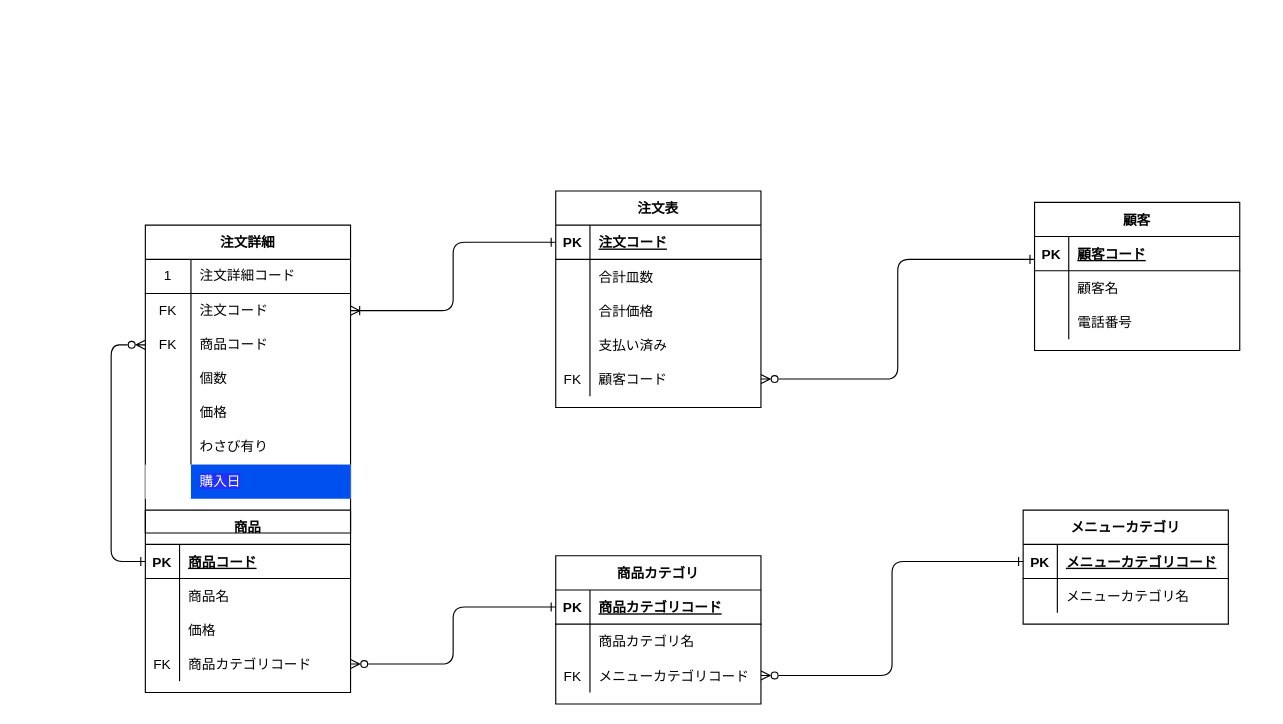
Earlier version of the draw.io diagram データベース設計/DBモデリング１/課題2/課題2_すしネタ売れ行き.drawio (Yuji5117/praha_challenge). Source tidied: cells renumbered, new cells numbered last; positions are measured from the earlier drawing's top-left corner, leaving out a move shared by most shapes. Both pictures are drawn from the tidied source at 114%, with x=0, y=0 at pixel (111, 190).
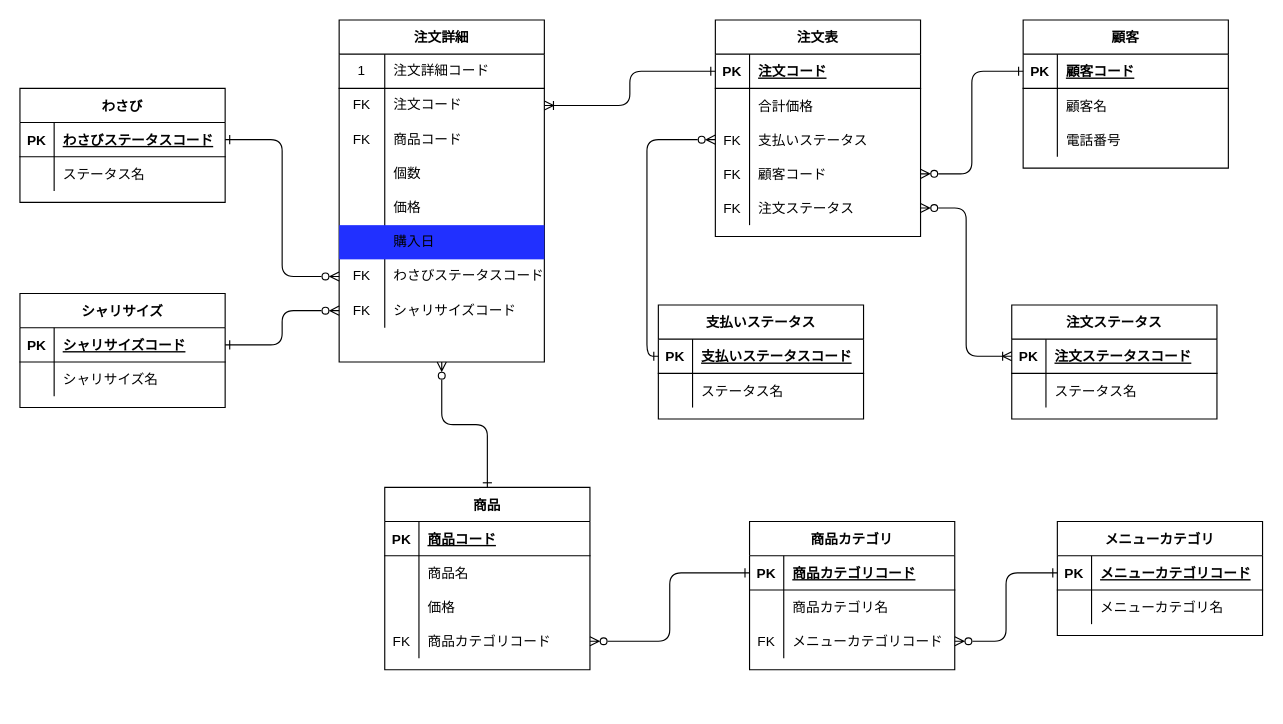
The same page after the edit.

Commit message (it also covers changes not shown here):
課題2_すしねた売れ行きのER図を修正

The change refers to these unchanged cells:
```xml
<mxCell id="3" style="shape=partialRectangle;fillColor=none;top=0;left=0;bottom=1;right=0;points=[[0,0.5],[1,0.5]];portConstraint=eastwest;" parent="2" vertex="1">
  <mxGeometry y="30" width="180" height="30" as="geometry" />
</mxCell>
<mxCell id="15" style="shape=partialRectangle;fillColor=none;top=0;left=0;bottom=0;right=0;points=[[0,0.5],[1,0.5]];portConstraint=eastwest;" parent="2" vertex="1">
  <mxGeometry y="150" width="180" height="30" as="geometry" />
</mxCell>
<mxCell id="19" style="shape=partialRectangle;fillColor=none;top=0;left=0;bottom=1;right=0;points=[[0,0.5],[1,0.5]];portConstraint=eastwest;" parent="18" vertex="1">
  <mxGeometry y="30" width="180" height="30" as="geometry" />
</mxCell>
<mxCell id="28" style="shape=partialRectangle;fillColor=none;top=0;left=0;bottom=0;right=0;points=[[0,0.5],[1,0.5]];portConstraint=eastwest;" parent="18" vertex="1">
  <mxGeometry y="120" width="180" height="30" as="geometry" />
</mxCell>
<mxCell id="32" style="shape=partialRectangle;fillColor=none;top=0;left=0;bottom=1;right=0;points=[[0,0.5],[1,0.5]];portConstraint=eastwest;" parent="31" vertex="1">
  <mxGeometry y="30" width="180" height="30" as="geometry" />
</mxCell>
<mxCell id="38" style="shape=partialRectangle;fillColor=none;top=0;left=0;bottom=0;right=0;points=[[0,0.5],[1,0.5]];portConstraint=eastwest;" parent="31" vertex="1">
  <mxGeometry y="90" width="180" height="30" as="geometry" />
</mxCell>
<mxCell id="42" style="shape=partialRectangle;fillColor=none;top=0;left=0;bottom=1;right=0;points=[[0,0.5],[1,0.5]];portConstraint=eastwest;" parent="41" vertex="1">
  <mxGeometry y="30" width="180" height="30" as="geometry" />
</mxCell>
<mxCell id="50" style="shape=partialRectangle;fillColor=none;top=0;left=0;bottom=1;right=0;points=[[0,0.5],[1,0.5]];portConstraint=eastwest;" parent="49" vertex="1">
  <mxGeometry y="30" width="180" height="30" as="geometry" />
</mxCell>
<mxCell id="65" style="shape=partialRectangle;html=1;whiteSpace=wrap;fillColor=none;top=0;left=0;bottom=0;right=0;points=[[0,0.5],[1,0.5]];portConstraint=eastwest;" parent="61" vertex="1">
  <mxGeometry y="60" width="180" height="30" as="geometry" />
</mxCell>
<mxCell id="68" style="shape=partialRectangle;html=1;whiteSpace=wrap;fillColor=none;top=0;left=0;bottom=0;right=0;points=[[0,0.5],[1,0.5]];portConstraint=eastwest;" parent="61" vertex="1">
  <mxGeometry y="90" width="180" height="30" as="geometry" />
</mxCell>
```

What changed in the source:
```diff
@@
     <mxCell id="2" value="注文表" style="shape=table;startSize=30;childLayout=tableLayout;rowLines=0;fontStyle=1;align=center;" parent="1" vertex="1">
-      <mxGeometry x="390" width="180" height="190" as="geometry" />
+      <mxGeometry x="530" y="-150" width="180" height="190" as="geometry" />
     </mxCell>
@@
-    <mxCell id="6" style="shape=partialRectangle;fillColor=none;top=0;left=0;bottom=0;right=0;" parent="2" vertex="1">
-      <mxGeometry y="60" width="180" height="30" as="geometry" />
-    </mxCell>
-    <mxCell id="7" style="shape=partialRectangle;fillColor=none;top=0;left=0;bottom=0;right=0;overflow=hidden;" parent="6" vertex="1">
-      <mxGeometry width="30" height="30" as="geometry" />
-    </mxCell>
-    <mxCell id="8" value="合計皿数" style="shape=partialRectangle;fillColor=none;top=0;left=0;bottom=0;right=0;align=left;spacingLeft=6;overflow=hidden;" parent="6" vertex="1">
-      <mxGeometry x="30" width="150" height="30" as="geometry" />
-    </mxCell>
     <mxCell id="9" style="shape=partialRectangle;fillColor=none;top=0;left=0;bottom=0;right=0;" parent="2" vertex="1">
-      <mxGeometry y="90" width="180" height="30" as="geometry" />
+      <mxGeometry y="60" width="180" height="30" as="geometry" />
     </mxCell>
@@
     <mxCell id="12" style="shape=partialRectangle;fillColor=none;top=0;left=0;bottom=0;right=0;points=[[0,0.5],[1,0.5]];portConstraint=eastwest;" parent="2" vertex="1">
-      <mxGeometry y="120" width="180" height="30" as="geometry" />
+      <mxGeometry y="90" width="180" height="30" as="geometry" />
     </mxCell>
-    <mxCell id="13" style="shape=partialRectangle;fillColor=none;top=0;left=0;bottom=0;right=0;overflow=hidden;" parent="12" vertex="1">
+    <mxCell id="13" value="FK" style="shape=partialRectangle;fillColor=none;top=0;left=0;bottom=0;right=0;overflow=hidden;" parent="12" vertex="1">
       <mxGeometry width="30" height="30" as="geometry" />
     </mxCell>
-    <mxCell id="14" value="支払い済み" style="shape=partialRectangle;fillColor=none;top=0;left=0;bottom=0;right=0;align=left;spacingLeft=6;overflow=hidden;" parent="12" vertex="1">
+    <mxCell id="14" value="支払いステータス" style="shape=partialRectangle;fillColor=none;top=0;left=0;bottom=0;right=0;align=left;spacingLeft=6;overflow=hidden;" parent="12" vertex="1">
       <mxGeometry x="30" width="150" height="30" as="geometry" />
     </mxCell>
+    <mxCell id="85" style="shape=partialRectangle;fillColor=none;top=0;left=0;bottom=0;right=0;points=[[0,0.5],[1,0.5]];portConstraint=eastwest;" parent="2" vertex="1">
+      <mxGeometry y="120" width="180" height="30" as="geometry" />
+    </mxCell>
+    <mxCell id="86" value="FK" style="shape=partialRectangle;fillColor=none;top=0;left=0;bottom=0;right=0;overflow=hidden;" parent="85" vertex="1">
+      <mxGeometry width="30" height="30" as="geometry" />
+    </mxCell>
+    <mxCell id="87" value="顧客コード" style="shape=partialRectangle;fillColor=none;top=0;left=0;bottom=0;right=0;align=left;spacingLeft=6;overflow=hidden;" parent="85" vertex="1">
+      <mxGeometry x="30" width="150" height="30" as="geometry" />
+    </mxCell>
@@
-    <mxCell id="17" value="顧客コード" style="shape=partialRectangle;fillColor=none;top=0;left=0;bottom=0;right=0;align=left;spacingLeft=6;overflow=hidden;" parent="15" vertex="1">
+    <mxCell id="17" value="注文ステータス" style="shape=partialRectangle;fillColor=none;top=0;left=0;bottom=0;right=0;align=left;spacingLeft=6;overflow=hidden;" parent="15" vertex="1">
       <mxGeometry x="30" width="150" height="30" as="geometry" />
     </mxCell>
+    <mxCell id="88" style="edgeStyle=orthogonalEdgeStyle;html=1;exitX=0.5;exitY=0;exitDx=0;exitDy=0;entryX=0.5;entryY=1;entryDx=0;entryDy=0;startArrow=ERone;startFill=0;endArrow=ERzeroToMany;endFill=0;" parent="1" edge="1" source="18" target="61">
+      <mxGeometry relative="1" as="geometry" />
+    </mxCell>
     <mxCell id="18" value="商品" style="shape=table;startSize=30;childLayout=tableLayout;rowLines=0;fontStyle=1;align=center;" parent="1" vertex="1">
-      <mxGeometry x="30" y="280" width="180" height="160" as="geometry" />
+      <mxGeometry x="240" y="260" width="180" height="160" as="geometry" />
     </mxCell>
@@
     <mxCell id="31" value="商品カテゴリ" style="shape=table;startSize=30;childLayout=tableLayout;rowLines=0;fontStyle=1;align=center;" parent="1" vertex="1">
-      <mxGeometry x="390" y="320" width="180" height="130" as="geometry" />
+      <mxGeometry x="560" y="290" width="180" height="130" as="geometry" />
     </mxCell>
@@
     <mxCell id="41" value="メニューカテゴリ" style="shape=table;startSize=30;childLayout=tableLayout;rowLines=0;fontStyle=1;align=center;" parent="1" vertex="1">
-      <mxGeometry x="800" y="280" width="180" height="100" as="geometry" />
+      <mxGeometry x="830" y="290" width="180" height="100" as="geometry" />
     </mxCell>
@@
-    <mxCell id="48" style="edgeStyle=orthogonalEdgeStyle;html=1;exitX=0;exitY=0.5;exitDx=0;exitDy=0;entryX=1;entryY=0.5;entryDx=0;entryDy=0;startArrow=ERone;startFill=0;endArrow=ERzeroToMany;endFill=0;" parent="1" edge="1" source="42" target="38">
-      <mxGeometry relative="1" as="geometry" />
-    </mxCell>
     <mxCell id="49" value="顧客" style="shape=table;startSize=30;childLayout=tableLayout;rowLines=0;fontStyle=1;align=center;" parent="1" vertex="1">
-      <mxGeometry x="810" y="10" width="180" height="130" as="geometry" />
+      <mxGeometry x="800" y="-150" width="180" height="130" as="geometry" />
     </mxCell>
@@
-    <mxCell id="59" style="edgeStyle=elbowEdgeStyle;html=1;exitX=1;exitY=0.5;exitDx=0;exitDy=0;startArrow=ERzeroToMany;startFill=0;endArrow=ERone;endFill=0;" parent="1" edge="1" source="15">
-      <mxGeometry relative="1" as="geometry">
-        <mxPoint x="810" y="60" as="targetPoint" />
-      </mxGeometry>
-    </mxCell>
-    <mxCell id="60" style="edgeStyle=elbowEdgeStyle;html=1;exitX=0;exitY=0.5;exitDx=0;exitDy=0;entryX=1;entryY=0.5;entryDx=0;entryDy=0;startArrow=ERone;startFill=0;endArrow=ERzeroToMany;endFill=0;" parent="1" edge="1" source="32" target="28">
-      <mxGeometry relative="1" as="geometry" />
-    </mxCell>
     <mxCell id="61" value="注文詳細" style="shape=table;startSize=30;childLayout=tableLayout;rowLines=0;fontStyle=1;align=center;" parent="1" vertex="1">
-      <mxGeometry x="30" y="30" width="180" height="270" as="geometry" />
+      <mxGeometry x="200" y="-150" width="180" height="300" as="geometry" />
     </mxCell>
@@
-    <mxCell id="74" style="shape=partialRectangle;html=1;whiteSpace=wrap;fillColor=none;top=0;left=0;bottom=0;right=0;" parent="61" vertex="1">
-      <mxGeometry y="150" width="180" height="30" as="geometry" />
-    </mxCell>
-    <mxCell id="75" style="shape=partialRectangle;html=1;whiteSpace=wrap;fillColor=none;top=0;left=0;bottom=0;right=0;overflow=hidden;" parent="74" vertex="1">
-      <mxGeometry width="40" height="30" as="geometry" />
-    </mxCell>
-    <mxCell id="76" value="&lt;span&gt;価格&lt;/span&gt;" style="shape=partialRectangle;html=1;whiteSpace=wrap;fillColor=none;top=0;left=0;bottom=0;right=0;align=left;spacingLeft=6;overflow=hidden;" parent="74" vertex="1">
-      <mxGeometry x="40" width="140" height="30" as="geometry" />
-    </mxCell>
+    <mxCell id="80" style="shape=partialRectangle;html=1;whiteSpace=wrap;fillColor=none;top=0;left=0;bottom=0;right=0;" parent="61" vertex="1">
+      <mxGeometry y="150" width="180" height="30" as="geometry" />
+    </mxCell>
+    <mxCell id="81" style="shape=partialRectangle;html=1;whiteSpace=wrap;fillColor=none;top=0;left=0;bottom=0;right=0;overflow=hidden;" parent="80" vertex="1">
+      <mxGeometry width="40" height="30" as="geometry" />
+    </mxCell>
+    <mxCell id="82" value="価格" style="shape=partialRectangle;html=1;whiteSpace=wrap;fillColor=none;top=0;left=0;bottom=0;right=0;align=left;spacingLeft=6;overflow=hidden;" parent="80" vertex="1">
+      <mxGeometry x="40" width="140" height="30" as="geometry" />
+    </mxCell>
+    <mxCell id="89" style="shape=partialRectangle;html=1;whiteSpace=wrap;fillColor=#2130FF;top=0;left=0;bottom=0;right=0;" parent="61" vertex="1">
+      <mxGeometry y="180" width="180" height="30" as="geometry" />
+    </mxCell>
+    <mxCell id="90" style="shape=partialRectangle;html=1;whiteSpace=wrap;fillColor=none;top=0;left=0;bottom=0;right=0;overflow=hidden;" parent="89" vertex="1">
+      <mxGeometry width="40" height="30" as="geometry" />
+    </mxCell>
+    <mxCell id="91" value="購入日" style="shape=partialRectangle;html=1;whiteSpace=wrap;fillColor=none;top=0;left=0;bottom=0;right=0;align=left;spacingLeft=6;overflow=hidden;" parent="89" vertex="1">
+      <mxGeometry x="40" width="140" height="30" as="geometry" />
+    </mxCell>
     <mxCell id="77" style="shape=partialRectangle;html=1;whiteSpace=wrap;fillColor=none;top=0;left=0;bottom=0;right=0;points=[[0,0.5],[1,0.5]];portConstraint=eastwest;" parent="61" vertex="1">
-      <mxGeometry y="180" width="180" height="30" as="geometry" />
+      <mxGeometry y="210" width="180" height="30" as="geometry" />
     </mxCell>
-    <mxCell id="78" style="shape=partialRectangle;html=1;whiteSpace=wrap;fillColor=none;top=0;left=0;bottom=0;right=0;overflow=hidden;" parent="77" vertex="1">
+    <mxCell id="78" value="FK" style="shape=partialRectangle;html=1;whiteSpace=wrap;fillColor=none;top=0;left=0;bottom=0;right=0;overflow=hidden;" parent="77" vertex="1">
       <mxGeometry width="40" height="30" as="geometry" />
     </mxCell>
-    <mxCell id="79" value="&lt;span&gt;わさび有り&lt;/span&gt;" style="shape=partialRectangle;html=1;whiteSpace=wrap;fillColor=none;top=0;left=0;bottom=0;right=0;align=left;spacingLeft=6;overflow=hidden;" parent="77" vertex="1">
+    <mxCell id="79" value="わさびステータスコード" style="shape=partialRectangle;html=1;whiteSpace=wrap;fillColor=none;top=0;left=0;bottom=0;right=0;align=left;spacingLeft=6;overflow=hidden;" parent="77" vertex="1">
       <mxGeometry x="40" width="140" height="30" as="geometry" />
     </mxCell>
-    <mxCell id="80" style="shape=partialRectangle;html=1;whiteSpace=wrap;top=0;left=0;bottom=0;right=0;" parent="61" vertex="1">
-      <mxGeometry y="210" width="180" height="30" as="geometry" />
-    </mxCell>
-    <mxCell id="81" style="shape=partialRectangle;html=1;whiteSpace=wrap;fillColor=none;top=0;left=0;bottom=0;right=0;overflow=hidden;" parent="80" vertex="1">
-      <mxGeometry width="40" height="30" as="geometry" />
-    </mxCell>
-    <mxCell id="82" value="&lt;span style=&quot;background-color: rgb(33 , 48 , 255)&quot;&gt;購入日&lt;/span&gt;" style="shape=partialRectangle;html=1;whiteSpace=wrap;fillColor=#0050ef;top=0;left=0;bottom=0;right=0;align=left;spacingLeft=6;overflow=hidden;strokeColor=#001DBC;fontColor=#ffffff;" parent="80" vertex="1">
-      <mxGeometry x="40" width="140" height="30" as="geometry" />
-    </mxCell>
-    <mxCell id="83" style="edgeStyle=orthogonalEdgeStyle;html=1;exitX=0;exitY=0.5;exitDx=0;exitDy=0;entryX=1;entryY=0.5;entryDx=0;entryDy=0;startArrow=ERone;startFill=0;endArrow=ERoneToMany;endFill=0;strokeColor=default;" parent="1" edge="1" source="3" target="65">
-      <mxGeometry relative="1" as="geometry" />
-    </mxCell>
-    <mxCell id="84" style="edgeStyle=orthogonalEdgeStyle;html=1;exitX=0;exitY=0.5;exitDx=0;exitDy=0;entryX=0;entryY=0.5;entryDx=0;entryDy=0;startArrow=ERone;startFill=0;endArrow=ERzeroToMany;endFill=0;strokeColor=default;" parent="1" edge="1" source="19" target="68">
-      <mxGeometry relative="1" as="geometry">
-        <Array as="points">
-          <mxPoint y="325" />
-          <mxPoint y="135" />
-        </Array>
-      </mxGeometry>
-    </mxCell>
+    <mxCell id="92" style="shape=partialRectangle;html=1;whiteSpace=wrap;fillColor=none;top=0;left=0;bottom=0;right=0;points=[[0,0.5],[1,0.5]];portConstraint=eastwest;" parent="61" vertex="1">
+      <mxGeometry y="240" width="180" height="30" as="geometry" />
+    </mxCell>
+    <mxCell id="93" value="FK" style="shape=partialRectangle;html=1;whiteSpace=wrap;fillColor=none;top=0;left=0;bottom=0;right=0;overflow=hidden;" parent="92" vertex="1">
+      <mxGeometry width="40" height="30" as="geometry" />
+    </mxCell>
+    <mxCell id="94" value="シャリサイズコード" style="shape=partialRectangle;html=1;whiteSpace=wrap;fillColor=none;top=0;left=0;bottom=0;right=0;align=left;spacingLeft=6;overflow=hidden;" parent="92" vertex="1">
+      <mxGeometry x="40" width="140" height="30" as="geometry" />
+    </mxCell>
+    <mxCell id="75" value="支払いステータス" style="shape=table;startSize=30;childLayout=tableLayout;rowLines=0;fontStyle=1;align=center;" parent="1" vertex="1">
+      <mxGeometry x="480" y="100" width="180" height="100" as="geometry" />
+    </mxCell>
+    <mxCell id="76" style="shape=partialRectangle;fillColor=none;top=0;left=0;bottom=1;right=0;points=[[0,0.5],[1,0.5]];portConstraint=eastwest;" parent="75" vertex="1">
+      <mxGeometry y="30" width="180" height="30" as="geometry" />
+    </mxCell>
+    <mxCell id="95" value="PK" style="shape=partialRectangle;fillColor=none;top=0;left=0;bottom=0;right=0;fontStyle=1;overflow=hidden;" parent="76" vertex="1">
+      <mxGeometry width="30" height="30" as="geometry" />
+    </mxCell>
+    <mxCell id="96" value="支払いステータスコード" style="shape=partialRectangle;fillColor=none;top=0;left=0;bottom=0;right=0;align=left;spacingLeft=6;fontStyle=5;overflow=hidden;" parent="76" vertex="1">
+      <mxGeometry x="30" width="150" height="30" as="geometry" />
+    </mxCell>
+    <mxCell id="97" style="shape=partialRectangle;fillColor=none;top=0;left=0;bottom=0;right=0;" parent="75" vertex="1">
+      <mxGeometry y="60" width="180" height="30" as="geometry" />
+    </mxCell>
+    <mxCell id="98" style="shape=partialRectangle;fillColor=none;top=0;left=0;bottom=0;right=0;overflow=hidden;" parent="97" vertex="1">
+      <mxGeometry width="30" height="30" as="geometry" />
+    </mxCell>
+    <mxCell id="99" value="ステータス名" style="shape=partialRectangle;fillColor=none;top=0;left=0;bottom=0;right=0;align=left;spacingLeft=6;overflow=hidden;" parent="97" vertex="1">
+      <mxGeometry x="30" width="150" height="30" as="geometry" />
+    </mxCell>
+    <mxCell id="48" style="edgeStyle=orthogonalEdgeStyle;html=1;exitX=0;exitY=0.5;exitDx=0;exitDy=0;entryX=1;entryY=0.5;entryDx=0;entryDy=0;startArrow=ERone;startFill=0;endArrow=ERzeroToMany;endFill=0;" parent="1" edge="1" source="42" target="38">
+      <mxGeometry relative="1" as="geometry" />
+    </mxCell>
+    <mxCell id="60" style="edgeStyle=orthogonalEdgeStyle;html=1;exitX=0;exitY=0.5;exitDx=0;exitDy=0;entryX=1;entryY=0.5;entryDx=0;entryDy=0;endArrow=ERzeroToMany;endFill=0;startArrow=ERone;startFill=0;" parent="1" edge="1" source="32" target="28">
+      <mxGeometry relative="1" as="geometry" />
+    </mxCell>
+    <mxCell id="100" style="edgeStyle=orthogonalEdgeStyle;html=1;exitX=1;exitY=0.5;exitDx=0;exitDy=0;entryX=0;entryY=0.5;entryDx=0;entryDy=0;startArrow=ERone;startFill=0;endArrow=ERzeroToMany;endFill=0;" parent="1" edge="1" source="102" target="77">
+      <mxGeometry relative="1" as="geometry" />
+    </mxCell>
+    <mxCell id="101" value="わさび" style="shape=table;startSize=30;childLayout=tableLayout;rowLines=0;fontStyle=1;align=center;" parent="1" vertex="1">
+      <mxGeometry x="-80" y="-90" width="180" height="100" as="geometry" />
+    </mxCell>
+    <mxCell id="102" style="shape=partialRectangle;fillColor=none;top=0;left=0;bottom=1;right=0;points=[[0,0.5],[1,0.5]];portConstraint=eastwest;" parent="101" vertex="1">
+      <mxGeometry y="30" width="180" height="30" as="geometry" />
+    </mxCell>
+    <mxCell id="103" value="PK" style="shape=partialRectangle;fillColor=none;top=0;left=0;bottom=0;right=0;fontStyle=1;overflow=hidden;" parent="102" vertex="1">
+      <mxGeometry width="30" height="30" as="geometry" />
+    </mxCell>
+    <mxCell id="104" value="わさびステータスコード" style="shape=partialRectangle;fillColor=none;top=0;left=0;bottom=0;right=0;align=left;spacingLeft=6;fontStyle=5;overflow=hidden;" parent="102" vertex="1">
+      <mxGeometry x="30" width="150" height="30" as="geometry" />
+    </mxCell>
+    <mxCell id="105" style="shape=partialRectangle;fillColor=none;top=0;left=0;bottom=0;right=0;" parent="101" vertex="1">
+      <mxGeometry y="60" width="180" height="30" as="geometry" />
+    </mxCell>
+    <mxCell id="106" style="shape=partialRectangle;fillColor=none;top=0;left=0;bottom=0;right=0;overflow=hidden;" parent="105" vertex="1">
+      <mxGeometry width="30" height="30" as="geometry" />
+    </mxCell>
+    <mxCell id="107" value="ステータス名" style="shape=partialRectangle;fillColor=none;top=0;left=0;bottom=0;right=0;align=left;spacingLeft=6;overflow=hidden;" parent="105" vertex="1">
+      <mxGeometry x="30" width="150" height="30" as="geometry" />
+    </mxCell>
+    <mxCell id="108" style="edgeStyle=orthogonalEdgeStyle;html=1;exitX=0;exitY=0.5;exitDx=0;exitDy=0;entryX=0;entryY=0.5;entryDx=0;entryDy=0;startArrow=ERzeroToMany;startFill=0;endArrow=ERone;endFill=0;" parent="1" edge="1" source="12" target="76">
+      <mxGeometry relative="1" as="geometry" />
+    </mxCell>
+    <mxCell id="109" style="edgeStyle=orthogonalEdgeStyle;html=1;exitX=1;exitY=0.5;exitDx=0;exitDy=0;entryX=0;entryY=0.5;entryDx=0;entryDy=0;startArrow=ERoneToMany;startFill=0;endArrow=ERone;endFill=0;" parent="1" edge="1" source="65" target="3">
+      <mxGeometry relative="1" as="geometry" />
+    </mxCell>
+    <mxCell id="110" style="edgeStyle=orthogonalEdgeStyle;html=1;exitX=0;exitY=0.5;exitDx=0;exitDy=0;entryX=1;entryY=0.5;entryDx=0;entryDy=0;startArrow=ERone;startFill=0;endArrow=ERzeroToMany;endFill=0;" parent="1" edge="1" source="50" target="85">
+      <mxGeometry relative="1" as="geometry" />
+    </mxCell>
+    <mxCell id="111" value="注文ステータス" style="shape=table;startSize=30;childLayout=tableLayout;rowLines=0;fontStyle=1;align=center;" parent="1" vertex="1">
+      <mxGeometry x="790" y="100" width="180" height="100" as="geometry" />
+    </mxCell>
+    <mxCell id="112" style="shape=partialRectangle;fillColor=none;top=0;left=0;bottom=1;right=0;points=[[0,0.5],[1,0.5]];portConstraint=eastwest;" parent="111" vertex="1">
+      <mxGeometry y="30" width="180" height="30" as="geometry" />
+    </mxCell>
+    <mxCell id="113" value="PK" style="shape=partialRectangle;fillColor=none;top=0;left=0;bottom=0;right=0;fontStyle=1;overflow=hidden;" parent="112" vertex="1">
+      <mxGeometry width="30" height="30" as="geometry" />
+    </mxCell>
+    <mxCell id="114" value="注文ステータスコード" style="shape=partialRectangle;fillColor=none;top=0;left=0;bottom=0;right=0;align=left;spacingLeft=6;fontStyle=5;overflow=hidden;" parent="112" vertex="1">
+      <mxGeometry x="30" width="150" height="30" as="geometry" />
+    </mxCell>
+    <mxCell id="115" style="shape=partialRectangle;fillColor=none;top=0;left=0;bottom=0;right=0;" parent="111" vertex="1">
+      <mxGeometry y="60" width="180" height="30" as="geometry" />
+    </mxCell>
+    <mxCell id="116" style="shape=partialRectangle;fillColor=none;top=0;left=0;bottom=0;right=0;overflow=hidden;" parent="115" vertex="1">
+      <mxGeometry width="30" height="30" as="geometry" />
+    </mxCell>
+    <mxCell id="117" value="ステータス名" style="shape=partialRectangle;fillColor=none;top=0;left=0;bottom=0;right=0;align=left;spacingLeft=6;overflow=hidden;" parent="115" vertex="1">
+      <mxGeometry x="30" width="150" height="30" as="geometry" />
+    </mxCell>
+    <mxCell id="118" style="edgeStyle=orthogonalEdgeStyle;html=1;exitX=0;exitY=0.5;exitDx=0;exitDy=0;entryX=1;entryY=0.5;entryDx=0;entryDy=0;startArrow=ERoneToMany;startFill=0;endArrow=ERzeroToMany;endFill=0;" parent="1" edge="1" source="112" target="15">
+      <mxGeometry relative="1" as="geometry" />
+    </mxCell>
+    <mxCell id="119" value="シャリサイズ" style="shape=table;startSize=30;childLayout=tableLayout;rowLines=0;fontStyle=1;align=center;" parent="1" vertex="1">
+      <mxGeometry x="-80" y="90" width="180" height="100" as="geometry" />
+    </mxCell>
+    <mxCell id="120" style="shape=partialRectangle;fillColor=none;top=0;left=0;bottom=1;right=0;points=[[0,0.5],[1,0.5]];portConstraint=eastwest;" parent="119" vertex="1">
+      <mxGeometry y="30" width="180" height="30" as="geometry" />
+    </mxCell>
+    <mxCell id="121" value="PK" style="shape=partialRectangle;fillColor=none;top=0;left=0;bottom=0;right=0;fontStyle=1;overflow=hidden;" parent="120" vertex="1">
+      <mxGeometry width="30" height="30" as="geometry" />
+    </mxCell>
+    <mxCell id="122" value="シャリサイズコード" style="shape=partialRectangle;fillColor=none;top=0;left=0;bottom=0;right=0;align=left;spacingLeft=6;fontStyle=5;overflow=hidden;" parent="120" vertex="1">
+      <mxGeometry x="30" width="150" height="30" as="geometry" />
+    </mxCell>
+    <mxCell id="123" style="shape=partialRectangle;fillColor=none;top=0;left=0;bottom=0;right=0;" parent="119" vertex="1">
+      <mxGeometry y="60" width="180" height="30" as="geometry" />
+    </mxCell>
+    <mxCell id="124" style="shape=partialRectangle;fillColor=none;top=0;left=0;bottom=0;right=0;overflow=hidden;" parent="123" vertex="1">
+      <mxGeometry width="30" height="30" as="geometry" />
+    </mxCell>
+    <mxCell id="125" value="シャリサイズ名" style="shape=partialRectangle;fillColor=none;top=0;left=0;bottom=0;right=0;align=left;spacingLeft=6;overflow=hidden;" parent="123" vertex="1">
+      <mxGeometry x="30" width="150" height="30" as="geometry" />
+    </mxCell>
+    <mxCell id="126" style="edgeStyle=orthogonalEdgeStyle;html=1;exitX=1;exitY=0.5;exitDx=0;exitDy=0;entryX=0;entryY=0.5;entryDx=0;entryDy=0;endArrow=ERzeroToMany;endFill=0;startArrow=ERone;startFill=0;" parent="1" edge="1" source="120" target="92">
+      <mxGeometry relative="1" as="geometry" />
+    </mxCell>
```
